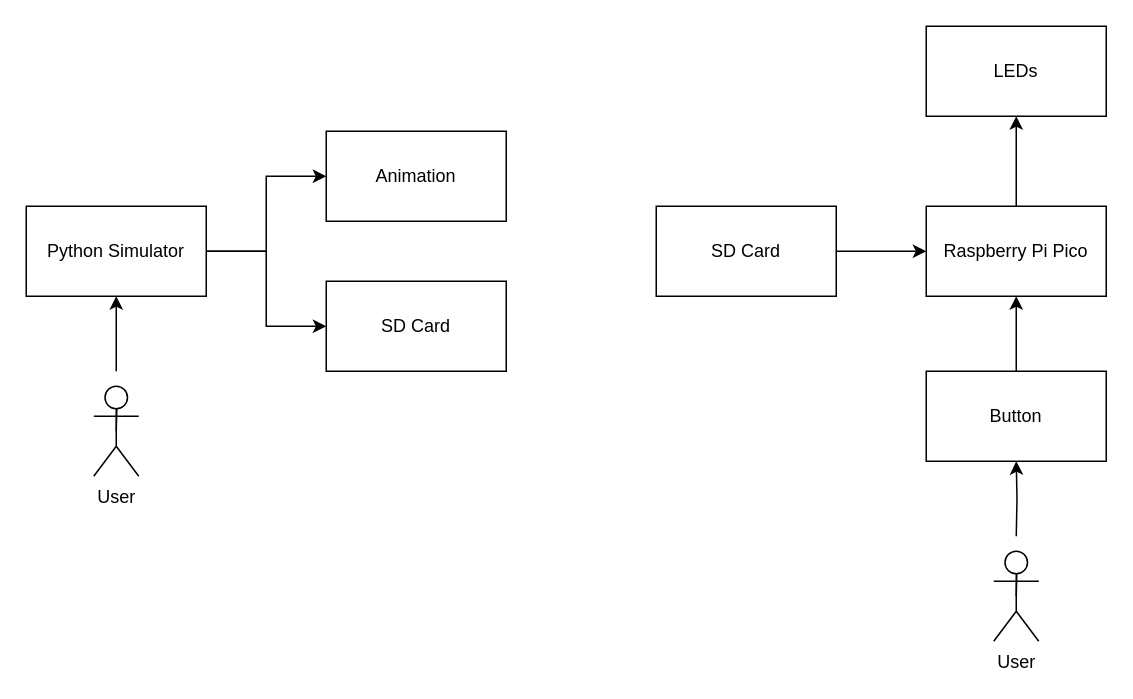
Before: documentation/rough_architecture.drawio in Schmoeppel/kirakirakasa, a draw.io diagram. Source tidied: cells renumbered, new cells numbered last; positions are measured from the earlier drawing's top-left corner, leaving out a move shared by most shapes. Both pictures are drawn from the tidied source at 150%, with x=0, y=0 at pixel (26, 26).
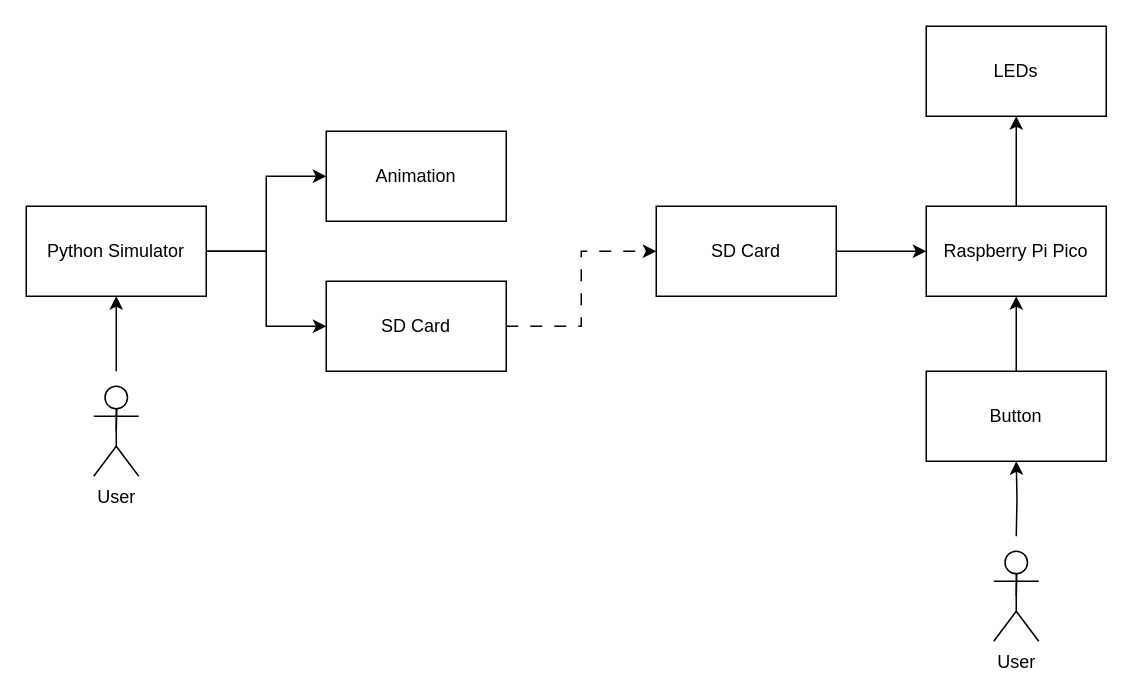
The same diagram, later.

The change refers to these unchanged cells:
```xml
<mxCell id="6" value="SD Card" style="rounded=0;whiteSpace=wrap;html=1;" parent="1" vertex="1">
  <mxGeometry x="420" y="120" width="120" height="60" as="geometry" />
</mxCell>
<mxCell id="13" value="SD Card" style="rounded=0;whiteSpace=wrap;html=1;" parent="1" vertex="1">
  <mxGeometry x="200" y="170" width="120" height="60" as="geometry" />
</mxCell>
```

Diff of the diagram source:
```diff
@@
+    <mxCell id="20" style="edgeStyle=orthogonalEdgeStyle;rounded=0;jettySize=auto;html=1;entryX=0;entryY=0.5;entryDx=0;entryDy=0;dashed=1;dashPattern=8 8;" parent="1" edge="1" source="13" target="6">
+      <mxGeometry relative="1" as="geometry" />
+    </mxCell>
```
